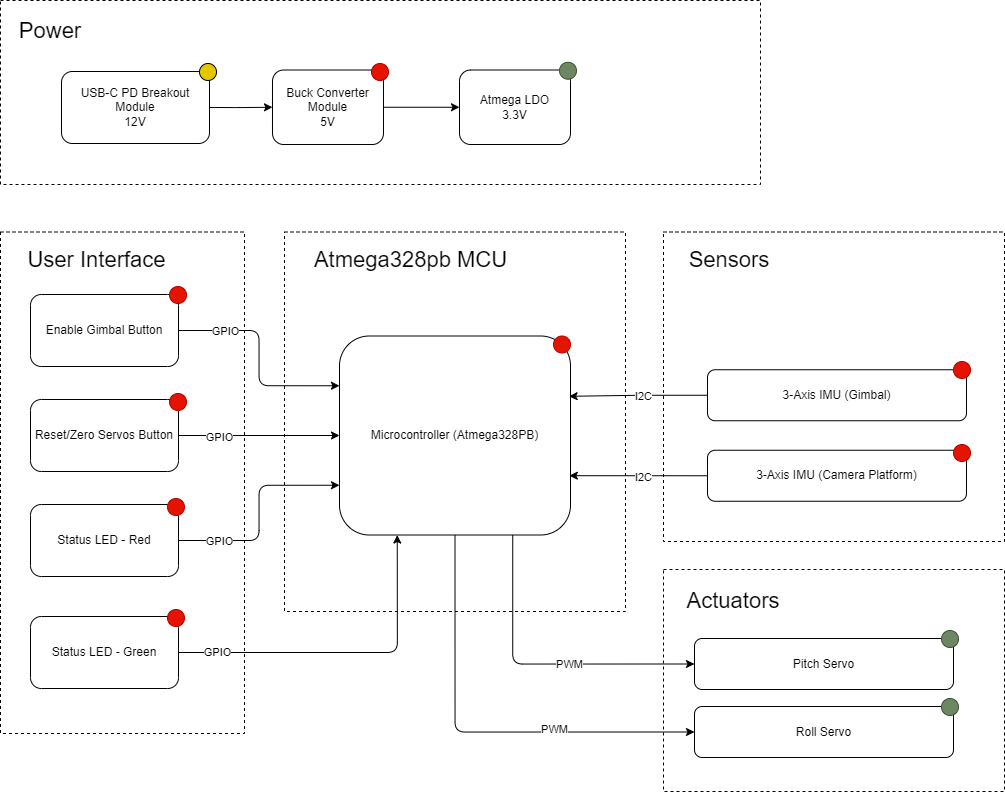
The draw.io diagram Images/System Block Diagram.drawio.png in upenn-embedded/final-project-s26-t10, before a commit. Source tidied: cells renumbered, new cells last; positions are measured from the earlier drawing's top-left corner, leaving out a move shared by most shapes.
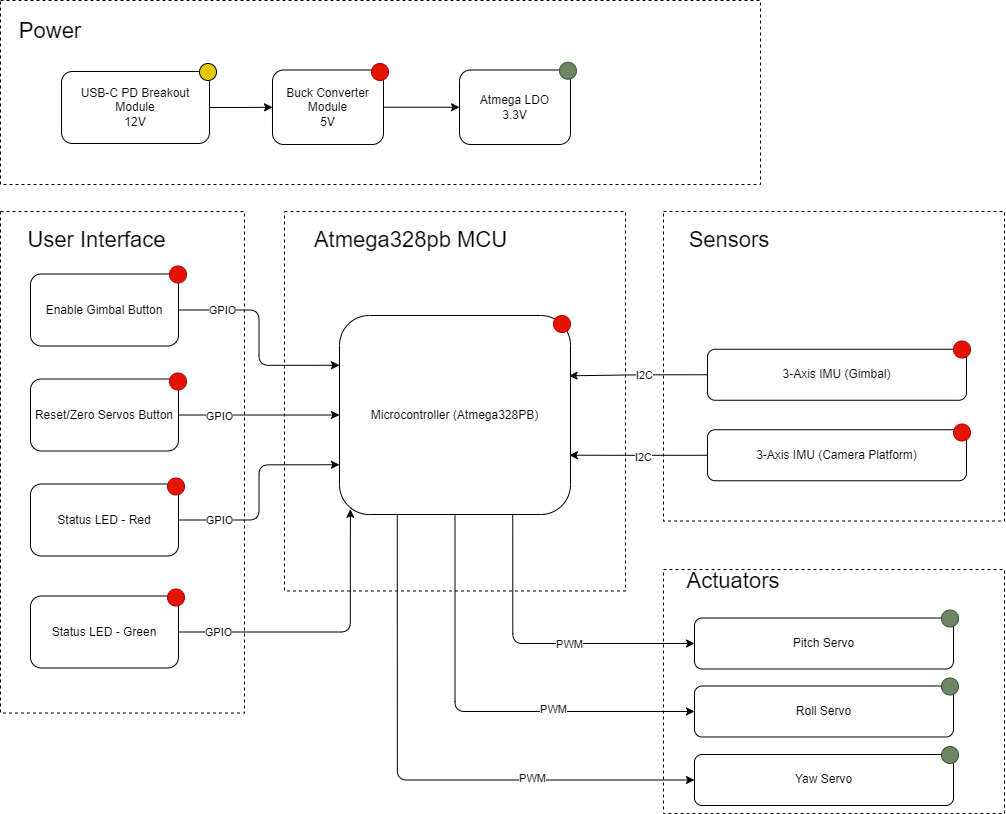
Later version of the same file.

Change to the diagram source:
```diff
@@ -6,31 +6,31 @@
       <mxGeometry x="284" y="231.5" width="341" height="379.5" as="geometry" />
     </mxCell>
     <mxCell id="3" style="rounded=0;whiteSpace=wrap;html=1;dashed=1;" parent="1" vertex="1">
-      <mxGeometry x="663" y="569" width="341" height="222" as="geometry" />
+      <mxGeometry x="663" y="589.5" width="341" height="244" as="geometry" />
     </mxCell>
     <mxCell id="4" style="rounded=0;whiteSpace=wrap;html=1;dashed=1;" parent="1" vertex="1">
-      <mxGeometry width="760" height="184" as="geometry" />
+      <mxGeometry y="20.5" width="760" height="184" as="geometry" />
     </mxCell>
     <mxCell id="5" style="edgeStyle=orthogonalEdgeStyle;jettySize=auto;html=1;exitX=1;exitY=0.5;exitDx=0;exitDy=0;entryX=0;entryY=0.5;entryDx=0;entryDy=0;" parent="1" edge="1" source="6" target="8">
       <mxGeometry relative="1" as="geometry" />
     </mxCell>
     <mxCell id="6" value="USB-C PD Breakout Module&lt;div&gt;12V&lt;/div&gt;" style="rounded=1;whiteSpace=wrap;html=1;" parent="1" vertex="1">
-      <mxGeometry x="61" y="71" width="148" height="72" as="geometry" />
+      <mxGeometry x="61" y="91.5" width="148" height="72" as="geometry" />
     </mxCell>
     <mxCell id="7" style="edgeStyle=orthogonalEdgeStyle;jettySize=auto;html=1;exitX=1;exitY=0.5;exitDx=0;exitDy=0;entryX=0;entryY=0.5;entryDx=0;entryDy=0;" parent="1" edge="1" source="8" target="44">
       <mxGeometry relative="1" as="geometry" />
     </mxCell>
     <mxCell id="8" value="Buck Converter Module&lt;div&gt;5V&lt;/div&gt;" style="rounded=1;whiteSpace=wrap;html=1;" parent="1" vertex="1">
-      <mxGeometry x="272" y="69.5" width="111" height="74.5" as="geometry" />
+      <mxGeometry x="272" y="90" width="111" height="74.5" as="geometry" />
     </mxCell>
     <mxCell id="9" style="ellipse;whiteSpace=wrap;html=1;fillColor=#e3c800;fontColor=#000000;strokeColor=#000000;" parent="1" vertex="1">
-      <mxGeometry x="199" y="63" width="17" height="17" as="geometry" />
+      <mxGeometry x="199" y="83.5" width="17" height="17" as="geometry" />
     </mxCell>
     <mxCell id="10" style="ellipse;whiteSpace=wrap;html=1;fillColor=#e51400;fontColor=#ffffff;strokeColor=#B20000;" parent="1" vertex="1">
-      <mxGeometry x="371" y="63" width="17" height="17" as="geometry" />
+      <mxGeometry x="371" y="83.5" width="17" height="17" as="geometry" />
     </mxCell>
     <mxCell id="11" value="&lt;font style=&quot;font-size: 22px;&quot;&gt;Power&lt;/font&gt;" style="text;html=1;whiteSpace=wrap;strokeColor=none;fillColor=none;align=center;verticalAlign=middle;rounded=0;" parent="1" vertex="1">
-      <mxGeometry x="20" y="16" width="60" height="30" as="geometry" />
+      <mxGeometry x="20" y="36.5" width="60" height="30" as="geometry" />
     </mxCell>
     <mxCell id="12" style="rounded=0;whiteSpace=wrap;html=1;dashed=1;" parent="1" vertex="1">
       <mxGeometry y="231.5" width="244" height="501.5" as="geometry" />
@@ -39,7 +39,9 @@
       <mxGeometry relative="1" as="geometry" />
     </mxCell>
     <mxCell id="14" value="GPIO" style="edgeLabel;html=1;align=center;verticalAlign=middle;" parent="13" vertex="1">
-      <mxGeometry x="-0.57" relative="1" as="geometry" />
+      <mxGeometry x="-0.57" relative="1" as="geometry">
+        <mxPoint x="-4" as="offset" />
+      </mxGeometry>
     </mxCell>
     <mxCell id="15" value="&lt;div&gt;Enable Gimbal Button&lt;/div&gt;" style="rounded=1;whiteSpace=wrap;html=1;" parent="1" vertex="1">
       <mxGeometry x="30" y="294" width="148" height="72" as="geometry" />
@@ -89,6 +91,14 @@
     <mxCell id="30" value="PWM" style="edgeLabel;html=1;align=center;verticalAlign=middle;" parent="29" vertex="1">
       <mxGeometry x="0.35" y="3" relative="1" as="geometry" />
     </mxCell>
+    <mxCell id="54" style="edgeStyle=orthogonalEdgeStyle;jettySize=auto;html=1;exitX=0.25;exitY=1;exitDx=0;exitDy=0;entryX=0;entryY=0.5;entryDx=0;entryDy=0;" parent="1" edge="1" source="31" target="56">
+      <mxGeometry relative="1" as="geometry" />
+    </mxCell>
+    <mxCell id="55" value="PWM" style="edgeLabel;html=1;align=center;verticalAlign=middle;" parent="54" vertex="1">
+      <mxGeometry x="0.42" y="3" relative="1" as="geometry">
+        <mxPoint y="1" as="offset" />
+      </mxGeometry>
+    </mxCell>
     <mxCell id="31" value="&lt;div&gt;Microcontroller (Atmega328PB)&lt;/div&gt;" style="rounded=1;whiteSpace=wrap;html=1;" parent="1" vertex="1">
       <mxGeometry x="339" y="335.5" width="231" height="199" as="geometry" />
     </mxCell>
@@ -131,10 +141,10 @@
       <mxGeometry x="953" y="444" width="17" height="17" as="geometry" />
     </mxCell>
     <mxCell id="44" value="Atmega LDO&lt;div&gt;3.3V&lt;/div&gt;" style="rounded=1;whiteSpace=wrap;html=1;" parent="1" vertex="1">
-      <mxGeometry x="459" y="69.5" width="111" height="74.5" as="geometry" />
+      <mxGeometry x="459" y="90" width="111" height="74.5" as="geometry" />
     </mxCell>
     <mxCell id="45" style="ellipse;whiteSpace=wrap;html=1;fillColor=#6d8764;fontColor=#ffffff;strokeColor=#3A5431;" parent="1" vertex="1">
-      <mxGeometry x="559" y="61.8" width="17" height="17" as="geometry" />
+      <mxGeometry x="559" y="82.2" width="17" height="17" as="geometry" />
     </mxCell>
     <mxCell id="46" style="ellipse;whiteSpace=wrap;html=1;fillColor=#6d8764;fontColor=#ffffff;strokeColor=#3A5431;" parent="1" vertex="1">
       <mxGeometry x="941" y="630" width="17" height="17" as="geometry" />
@@ -145,11 +155,13 @@
     <mxCell id="48" style="ellipse;whiteSpace=wrap;html=1;fillColor=#6d8764;fontColor=#ffffff;strokeColor=#3A5431;" parent="1" vertex="1">
       <mxGeometry x="941" y="698" width="17" height="17" as="geometry" />
     </mxCell>
-    <mxCell id="49" style="edgeStyle=orthogonalEdgeStyle;jettySize=auto;html=1;exitX=1;exitY=0.5;exitDx=0;exitDy=0;entryX=0.25;entryY=1;entryDx=0;entryDy=0;" parent="1" edge="1" source="51" target="31">
+    <mxCell id="49" style="edgeStyle=orthogonalEdgeStyle;jettySize=auto;html=1;exitX=1;exitY=0.5;exitDx=0;exitDy=0;entryX=0.047;entryY=0.974;entryDx=0;entryDy=0;entryPerimeter=0;" parent="1" edge="1" source="51" target="31">
       <mxGeometry relative="1" as="geometry" />
     </mxCell>
     <mxCell id="50" value="GPIO" style="edgeLabel;html=1;align=center;verticalAlign=middle;" parent="49" vertex="1">
-      <mxGeometry x="-0.77" y="1" relative="1" as="geometry" />
+      <mxGeometry x="-0.77" y="1" relative="1" as="geometry">
+        <mxPoint x="4" y="1" as="offset" />
+      </mxGeometry>
     </mxCell>
     <mxCell id="51" value="&lt;div&gt;Status LED - Green&lt;/div&gt;" style="rounded=1;whiteSpace=wrap;html=1;" parent="1" vertex="1">
       <mxGeometry x="30" y="616" width="148" height="72" as="geometry" />
@@ -160,5 +172,11 @@
     <mxCell id="53" style="ellipse;whiteSpace=wrap;html=1;fillColor=#e51400;fontColor=#ffffff;strokeColor=#B20000;" parent="1" vertex="1">
       <mxGeometry x="553" y="335.5" width="17" height="17" as="geometry" />
     </mxCell>
+    <mxCell id="56" value="&lt;div&gt;Yaw Servo&lt;/div&gt;" style="rounded=1;whiteSpace=wrap;html=1;" parent="1" vertex="1">
+      <mxGeometry x="694" y="774.5" width="259" height="51" as="geometry" />
+    </mxCell>
+    <mxCell id="57" style="ellipse;whiteSpace=wrap;html=1;fillColor=#6d8764;fontColor=#ffffff;strokeColor=#3A5431;" parent="1" vertex="1">
+      <mxGeometry x="941" y="766.5" width="17" height="17" as="geometry" />
+    </mxCell>
   </root>
 </mxGraphModel>
```
